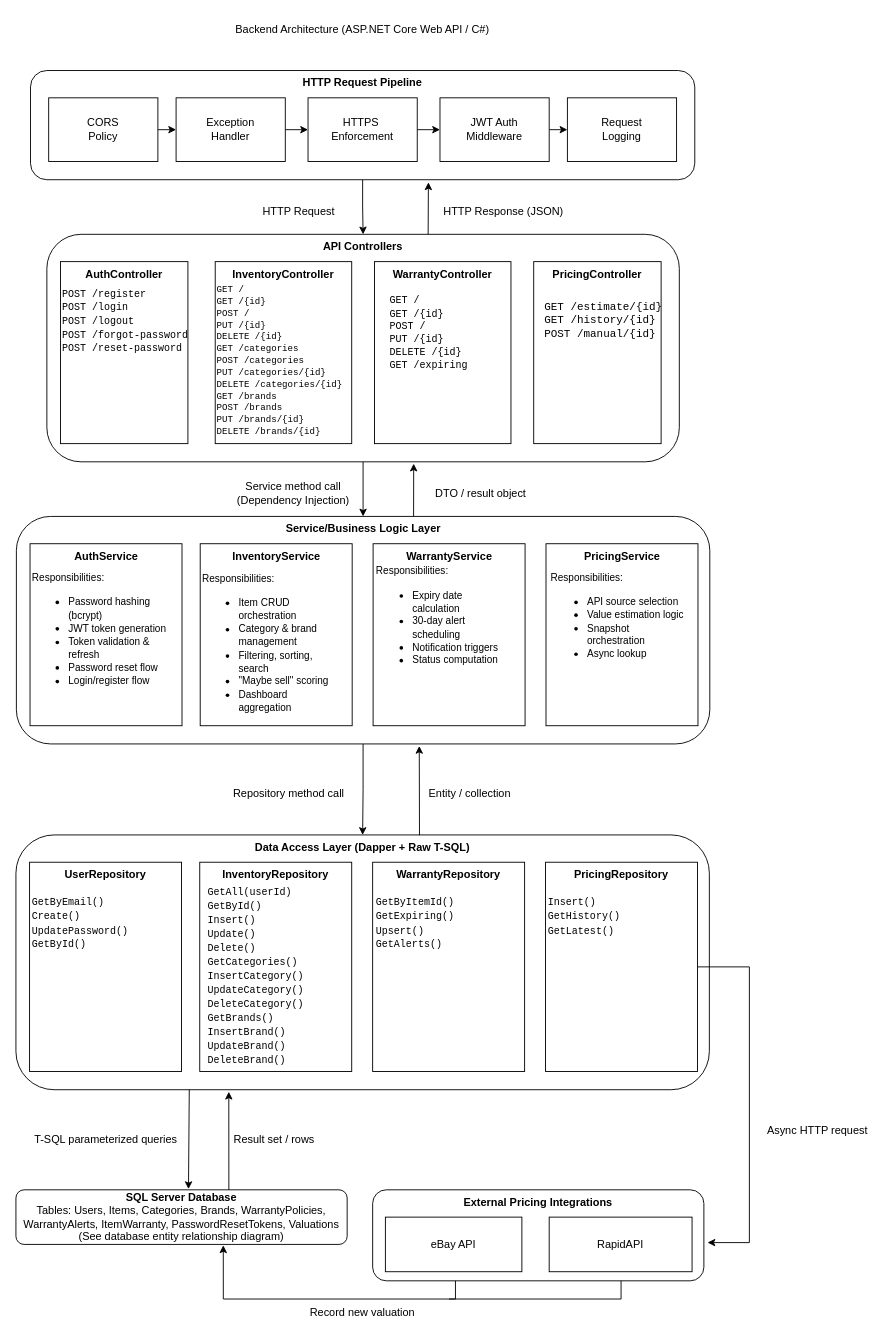
Above: BackendSchema.drawio in DanMarDev/TAMS (draw.io), before the change. Source tidied: cells renumbered, new cells numbered last; positions are measured from the earlier drawing's top-left corner, leaving out a move shared by most shapes. Both pictures are drawn from the tidied source at 91%, with x=0, y=0 at pixel (15, 15).
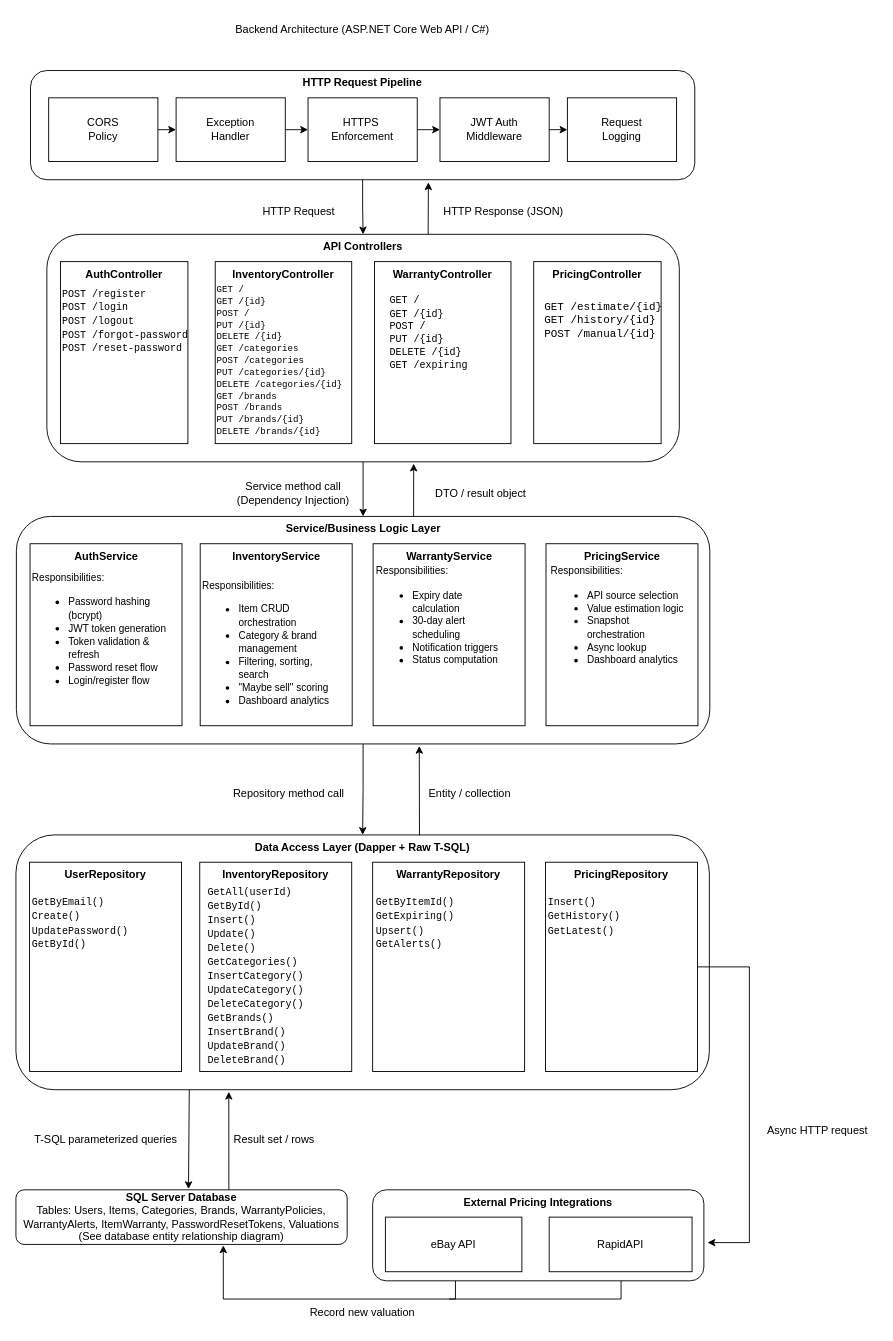
The same page after the edit.

Commit message:
fix: update backend schema diagram

The edit, as a diff of the source:
```diff
@@
-    <mxCell id="31" value="&lt;div&gt;&lt;span style=&quot;font-size: 11px;&quot;&gt;Responsibilities:&lt;/span&gt;&lt;/div&gt;&lt;div&gt;&lt;ul&gt;&lt;li&gt;&lt;span style=&quot;font-size: 11px;&quot;&gt;Item CRUD orchestration&lt;/span&gt;&lt;/li&gt;&lt;li&gt;&lt;span style=&quot;font-size: 11px;&quot;&gt;Category &amp;amp; brand management&lt;/span&gt;&lt;/li&gt;&lt;li&gt;&lt;span style=&quot;font-size: 11px;&quot;&gt;Filtering, sorting, search&lt;/span&gt;&lt;/li&gt;&lt;li&gt;&lt;span style=&quot;font-size: 11px;&quot;&gt;&quot;Maybe sell&quot; scoring&lt;/span&gt;&lt;/li&gt;&lt;li&gt;&lt;span style=&quot;font-size: 11px;&quot;&gt;Dashboard aggregation&lt;/span&gt;&lt;/li&gt;&lt;/ul&gt;&lt;/div&gt;" style="text;html=1;whiteSpace=wrap;strokeColor=none;fillColor=none;align=left;verticalAlign=middle;rounded=0;fontFamily=Helvetica;" parent="1" vertex="1">
+    <mxCell id="31" value="&lt;div&gt;&lt;span style=&quot;font-size: 11px;&quot;&gt;Responsibilities:&lt;/span&gt;&lt;/div&gt;&lt;div&gt;&lt;ul&gt;&lt;li&gt;&lt;span style=&quot;font-size: 11px;&quot;&gt;Item CRUD orchestration&lt;/span&gt;&lt;/li&gt;&lt;li&gt;&lt;span style=&quot;font-size: 11px;&quot;&gt;Category &amp;amp; brand management&lt;/span&gt;&lt;/li&gt;&lt;li&gt;&lt;span style=&quot;font-size: 11px;&quot;&gt;Filtering, sorting, search&lt;/span&gt;&lt;/li&gt;&lt;li&gt;&lt;span style=&quot;font-size: 11px;&quot;&gt;&quot;Maybe sell&quot; scoring&lt;/span&gt;&lt;/li&gt;&lt;li&gt;&lt;span style=&quot;font-size: 11px;&quot;&gt;Dashboard analytics&lt;/span&gt;&lt;/li&gt;&lt;/ul&gt;&lt;/div&gt;" style="text;html=1;whiteSpace=wrap;strokeColor=none;fillColor=none;align=left;verticalAlign=middle;rounded=0;fontFamily=Helvetica;" parent="1" vertex="1">
       <mxGeometry x="202.5" y="680" width="150" height="30" as="geometry" />
     </mxCell>
@@
-    <mxCell id="35" value="&lt;div&gt;&lt;span style=&quot;font-size: 11px;&quot;&gt;Responsibilities:&lt;/span&gt;&lt;/div&gt;&lt;div&gt;&lt;ul&gt;&lt;li&gt;&lt;span style=&quot;font-size: 11px;&quot;&gt;API source selection&lt;/span&gt;&lt;/li&gt;&lt;li&gt;&lt;span style=&quot;font-size: 11px;&quot;&gt;Value estimation logic&lt;/span&gt;&lt;/li&gt;&lt;li&gt;&lt;span style=&quot;font-size: 11px;&quot;&gt;Snapshot orchestration&lt;/span&gt;&lt;/li&gt;&lt;li&gt;&lt;span style=&quot;font-size: 11px;&quot;&gt;Async lookup&lt;/span&gt;&lt;/li&gt;&lt;/ul&gt;&lt;/div&gt;" style="text;html=1;whiteSpace=wrap;strokeColor=none;fillColor=none;align=left;verticalAlign=middle;rounded=0;fontFamily=Helvetica;" parent="1" vertex="1">
+    <mxCell id="35" value="&lt;div&gt;&lt;span style=&quot;font-size: 11px;&quot;&gt;Responsibilities:&lt;/span&gt;&lt;/div&gt;&lt;div&gt;&lt;ul&gt;&lt;li&gt;&lt;span style=&quot;font-size: 11px;&quot;&gt;API source selection&lt;/span&gt;&lt;/li&gt;&lt;li&gt;&lt;span style=&quot;font-size: 11px;&quot;&gt;Value estimation logic&lt;/span&gt;&lt;/li&gt;&lt;li&gt;&lt;span style=&quot;font-size: 11px;&quot;&gt;Snapshot orchestration&lt;/span&gt;&lt;/li&gt;&lt;li&gt;&lt;span style=&quot;font-size: 11px;&quot;&gt;Async lookup&lt;/span&gt;&lt;/li&gt;&lt;li&gt;&lt;span style=&quot;font-size: 11px;&quot;&gt;Dashboard analytics&lt;/span&gt;&lt;/li&gt;&lt;/ul&gt;&lt;/div&gt;" style="text;html=1;whiteSpace=wrap;strokeColor=none;fillColor=none;align=left;verticalAlign=middle;rounded=0;fontFamily=Helvetica;" parent="1" vertex="1">
       <mxGeometry x="586" y="650" width="150" height="30" as="geometry" />
     </mxCell>
```
